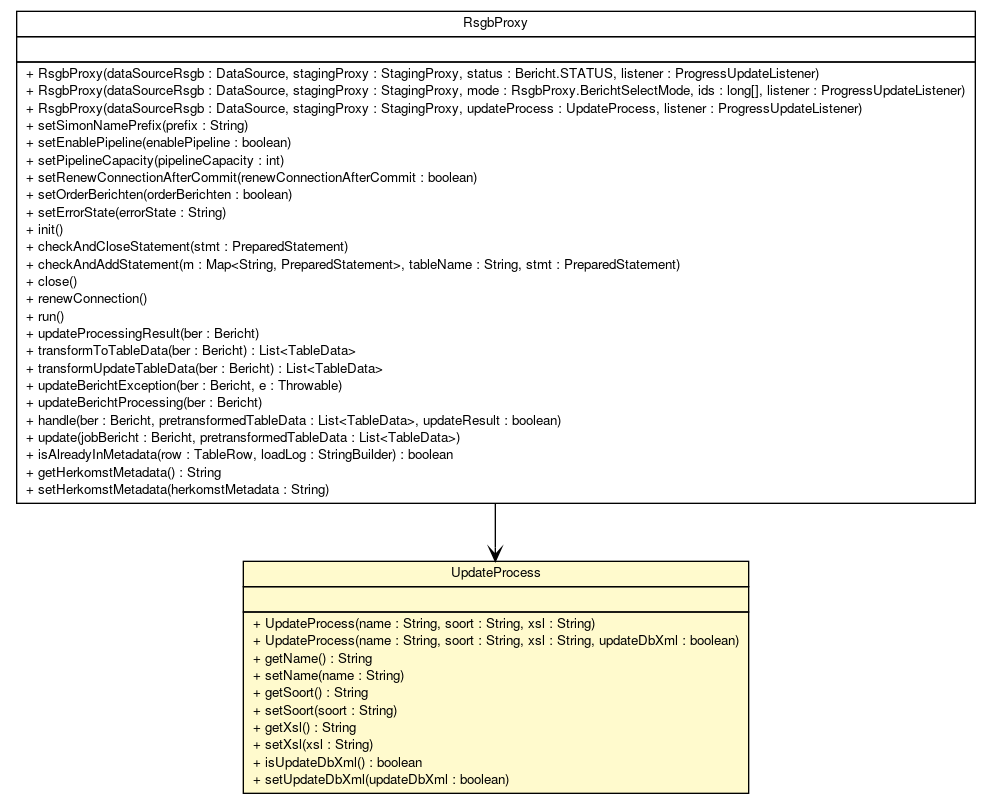
Earlier version of the Graphviz export brmo-loader/apidocs/nl/b3p/brmo/loader/updates/UpdateProcess.png (B3Partners/brmo). Its source is kept beside it as brmo-loader/apidocs/nl/b3p/brmo/loader/updates/UpdateProcess.dot.
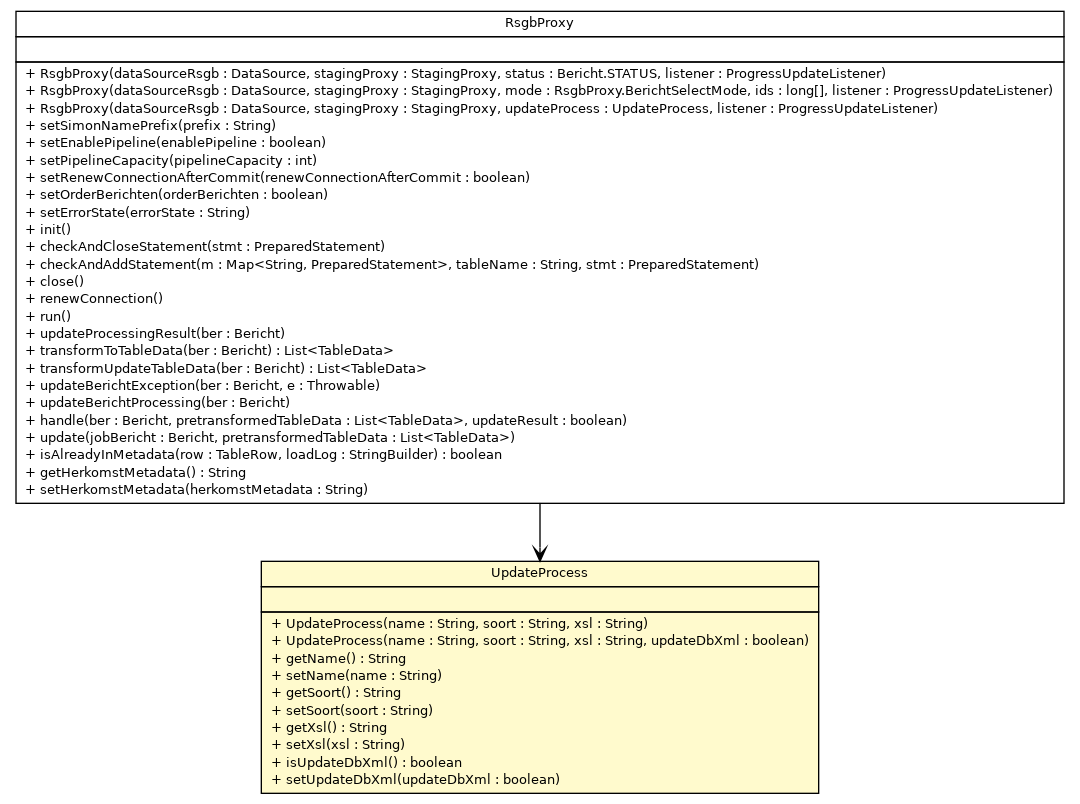
The same diagram one commit later.

The edit, as a diff of the source:
```diff
@@ -4,27 +4,7 @@
 	node [fontname="Helvetica",fontsize=10,shape=plaintext];
 	nodesep=0.25;
 	ranksep=0.5;
-	c2915 [label=<<table title="nl.b3p.brmo.loader.updates.UpdateProcess" border="0" cellborder="1" cellspacing="0" cellpadding="2" port="p" bgcolor="lemonChiffon" href="./UpdateProcess.html">
-		<tr><td><table border="0" cellspacing="0" cellpadding="1">
-<tr><td align="center" balign="center"> UpdateProcess </td></tr>
-		</table></td></tr>
-		<tr><td><table border="0" cellspacing="0" cellpadding="1">
-<tr><td align="left" balign="left">  </td></tr>
-		</table></td></tr>
-		<tr><td><table border="0" cellspacing="0" cellpadding="1">
-<tr><td align="left" balign="left"> + UpdateProcess(name : String, soort : String, xsl : String) </td></tr>
-<tr><td align="left" balign="left"> + UpdateProcess(name : String, soort : String, xsl : String, updateDbXml : boolean) </td></tr>
-<tr><td align="left" balign="left"> + getName() : String </td></tr>
-<tr><td align="left" balign="left"> + setName(name : String) </td></tr>
-<tr><td align="left" balign="left"> + getSoort() : String </td></tr>
-<tr><td align="left" balign="left"> + setSoort(soort : String) </td></tr>
-<tr><td align="left" balign="left"> + getXsl() : String </td></tr>
-<tr><td align="left" balign="left"> + setXsl(xsl : String) </td></tr>
-<tr><td align="left" balign="left"> + isUpdateDbXml() : boolean </td></tr>
-<tr><td align="left" balign="left"> + setUpdateDbXml(updateDbXml : boolean) </td></tr>
-		</table></td></tr>
-		</table>>, URL="./UpdateProcess.html", fontname="Helvetica", fontcolor="black", fontsize=10.0];
-	c2917 [label=<<table title="nl.b3p.brmo.loader.RsgbProxy" border="0" cellborder="1" cellspacing="0" cellpadding="2" port="p" href="../RsgbProxy.html">
+	c2918 [label=<<table title="nl.b3p.brmo.loader.RsgbProxy" border="0" cellborder="1" cellspacing="0" cellpadding="2" port="p" href="../RsgbProxy.html">
 		<tr><td><table border="0" cellspacing="0" cellpadding="1">
 <tr><td align="center" balign="center"> RsgbProxy </td></tr>
 		</table></td></tr>
@@ -59,5 +39,25 @@
 <tr><td align="left" balign="left"> + setHerkomstMetadata(herkomstMetadata : String) </td></tr>
 		</table></td></tr>
 		</table>>, URL="../RsgbProxy.html", fontname="Helvetica", fontcolor="black", fontsize=10.0];
-	c2917:p -> c2915:p [taillabel="", label="", headlabel="", fontname="Helvetica", fontcolor="black", fontsize=10.0, color="black", arrowhead=open];
+	c2964 [label=<<table title="nl.b3p.brmo.loader.updates.UpdateProcess" border="0" cellborder="1" cellspacing="0" cellpadding="2" port="p" bgcolor="lemonChiffon" href="./UpdateProcess.html">
+		<tr><td><table border="0" cellspacing="0" cellpadding="1">
+<tr><td align="center" balign="center"> UpdateProcess </td></tr>
+		</table></td></tr>
+		<tr><td><table border="0" cellspacing="0" cellpadding="1">
+<tr><td align="left" balign="left">  </td></tr>
+		</table></td></tr>
+		<tr><td><table border="0" cellspacing="0" cellpadding="1">
+<tr><td align="left" balign="left"> + UpdateProcess(name : String, soort : String, xsl : String) </td></tr>
+<tr><td align="left" balign="left"> + UpdateProcess(name : String, soort : String, xsl : String, updateDbXml : boolean) </td></tr>
+<tr><td align="left" balign="left"> + getName() : String </td></tr>
+<tr><td align="left" balign="left"> + setName(name : String) </td></tr>
+<tr><td align="left" balign="left"> + getSoort() : String </td></tr>
+<tr><td align="left" balign="left"> + setSoort(soort : String) </td></tr>
+<tr><td align="left" balign="left"> + getXsl() : String </td></tr>
+<tr><td align="left" balign="left"> + setXsl(xsl : String) </td></tr>
+<tr><td align="left" balign="left"> + isUpdateDbXml() : boolean </td></tr>
+<tr><td align="left" balign="left"> + setUpdateDbXml(updateDbXml : boolean) </td></tr>
+		</table></td></tr>
+		</table>>, URL="./UpdateProcess.html", fontname="Helvetica", fontcolor="black", fontsize=10.0];
+	c2918:p -> c2964:p [taillabel="", label="", headlabel="", fontname="Helvetica", fontcolor="black", fontsize=10.0, color="black", arrowhead=open];
 }
```
